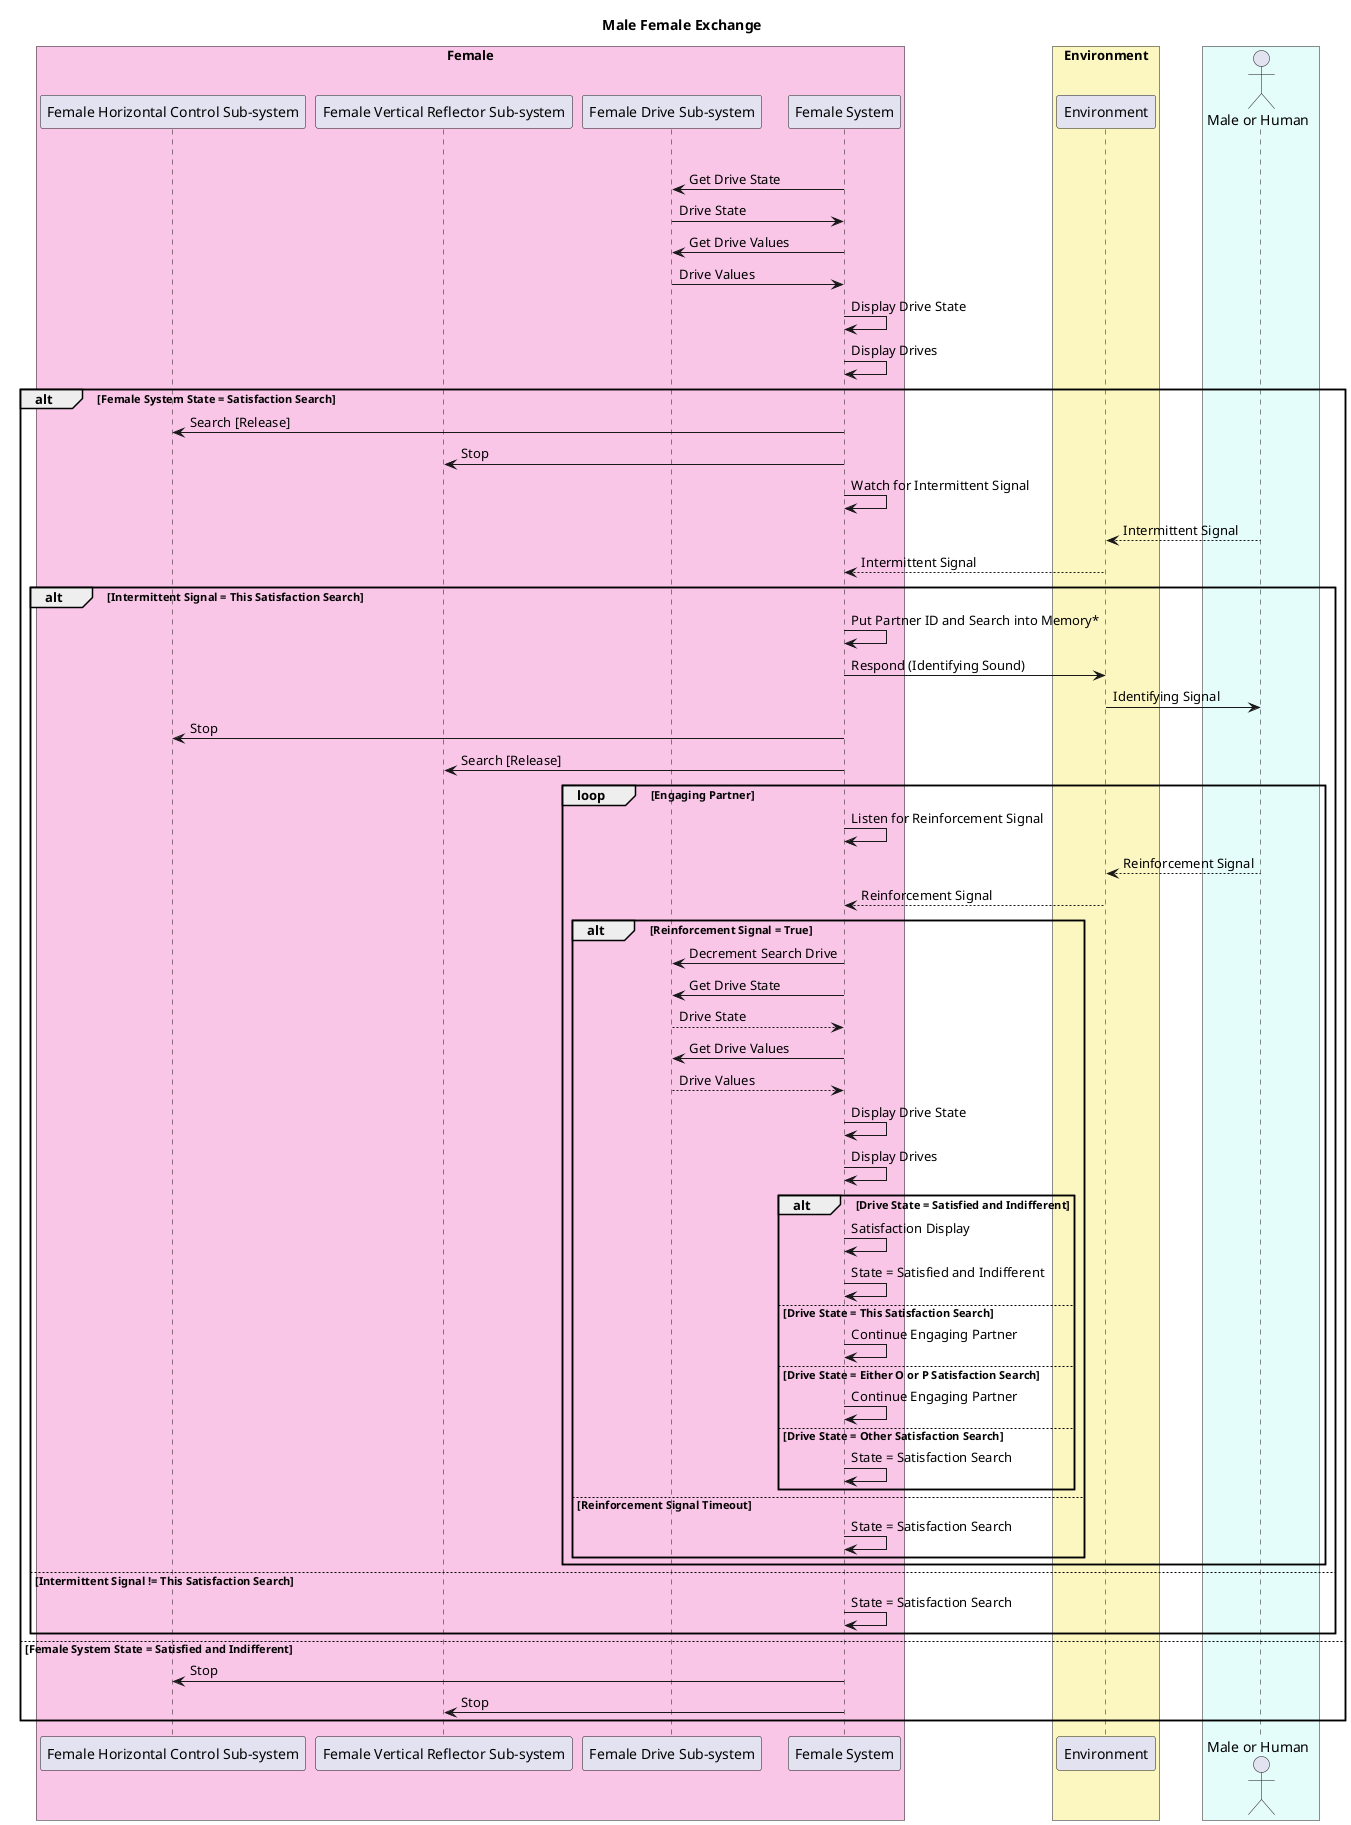
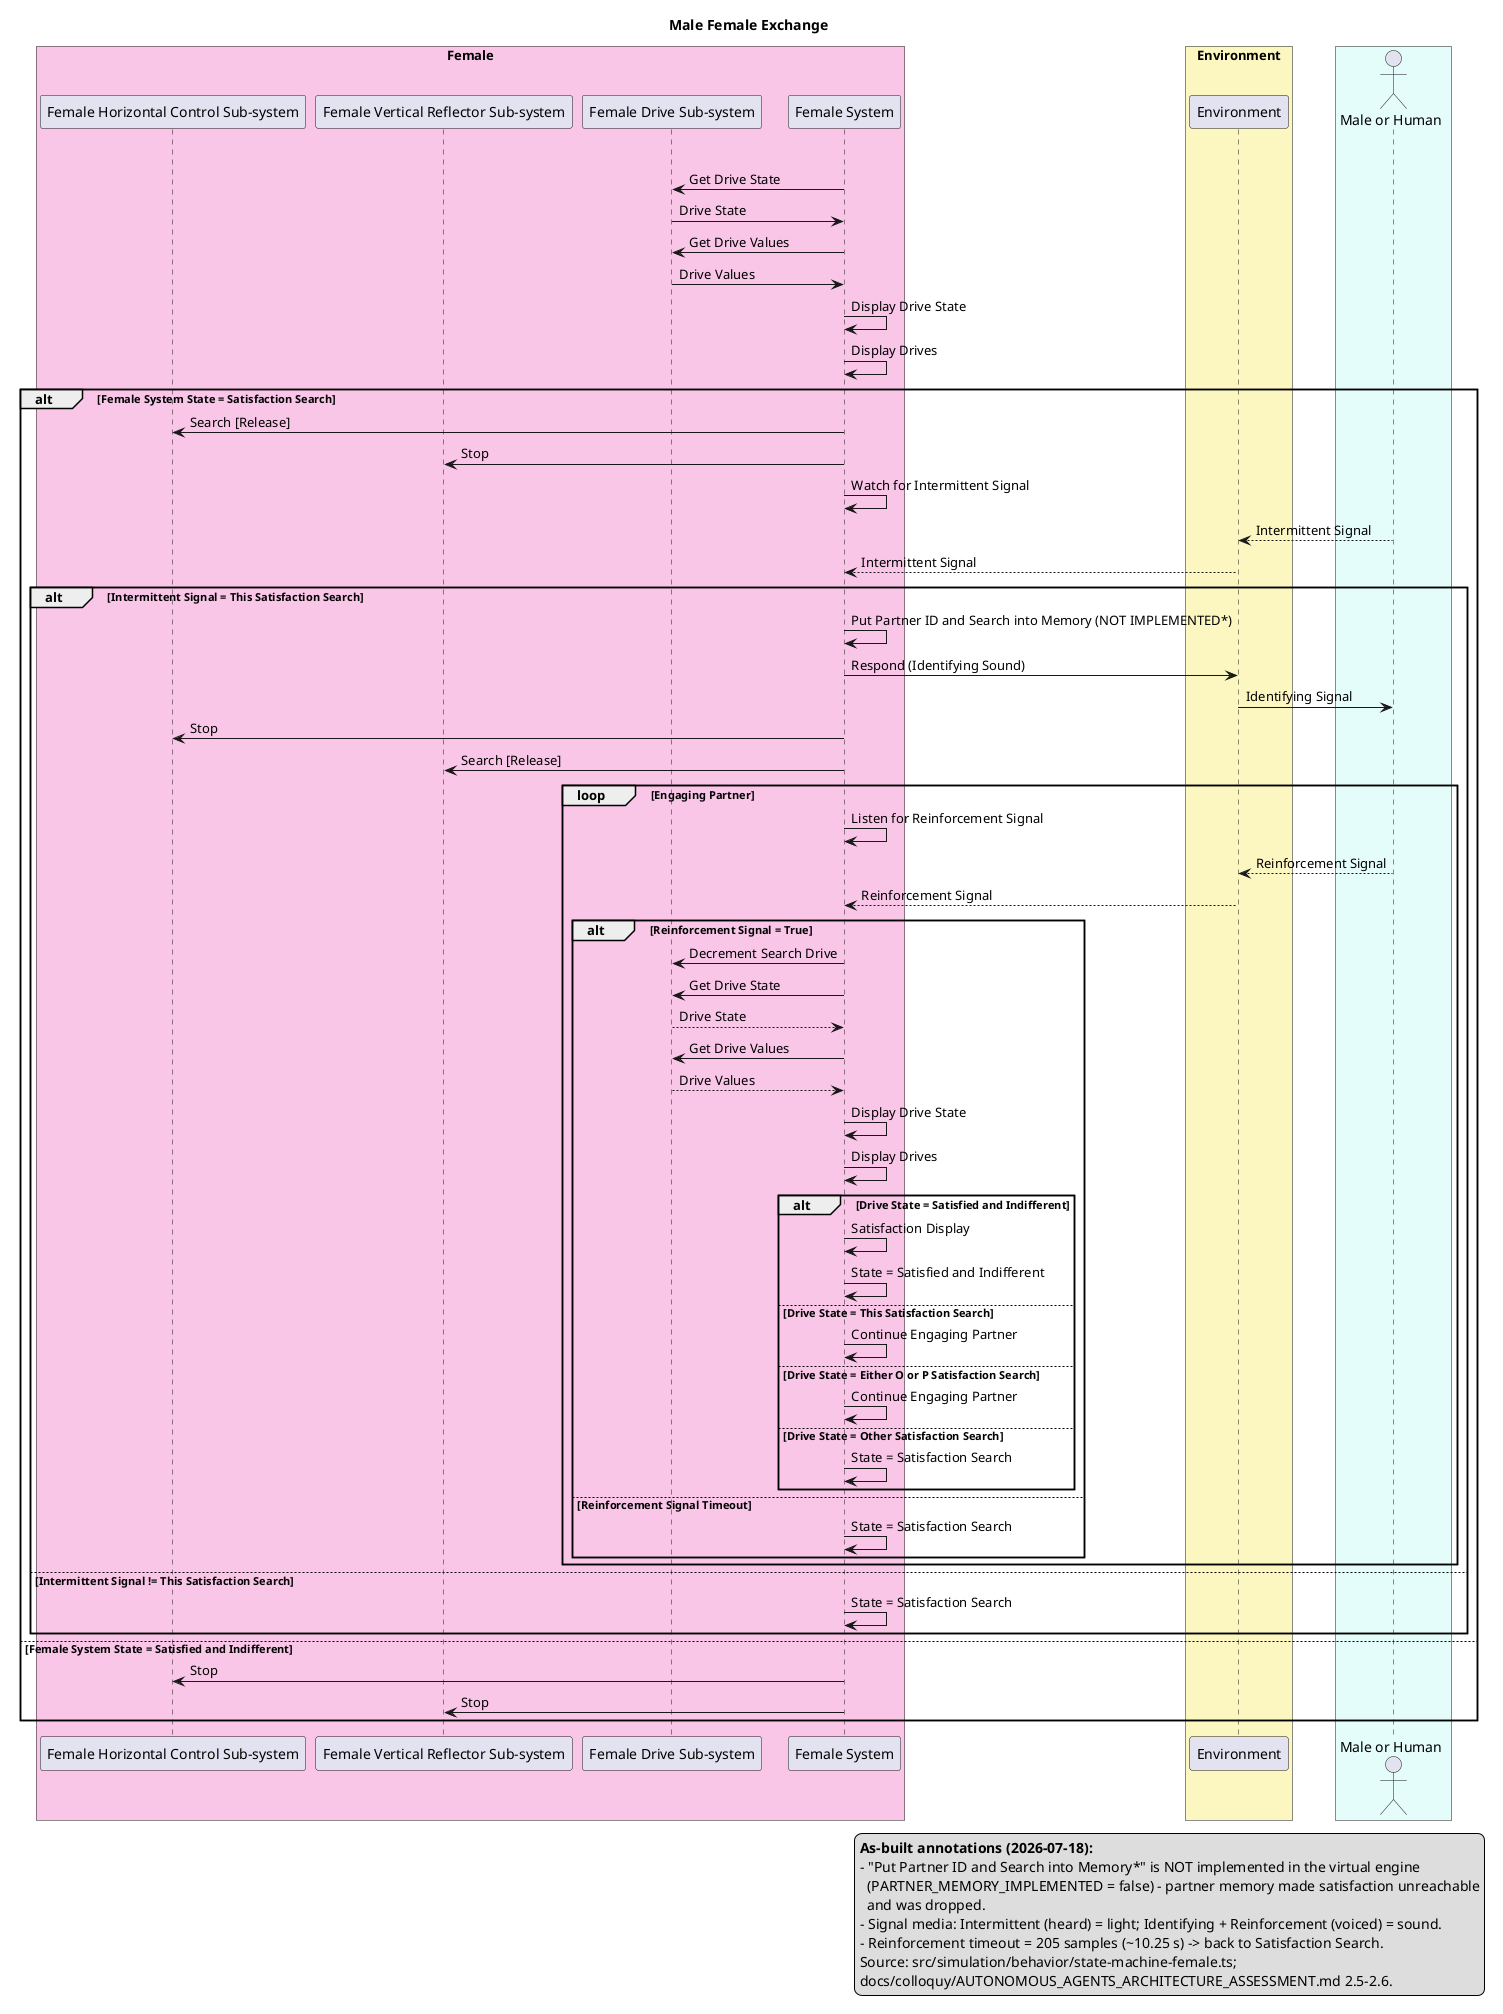
@startuml

title Male Female Exchange

box "Female" #f9c6e8
    participant "Female Horizontal Control Sub-system" as FemaleHorizontalControlSubsystem
    participant "Female Vertical Reflector Sub-system" as FemaleVerticalReflectorSubsystem
    participant "Female Drive Sub-system" as FemaleDriveSubsystem
    participant "Female System" as FemaleSystem
end box

box "Environment" #fcf6c1
    participant "Environment" as Environment
end box

box #e4fcfa
    Actor "Male or Human" as Actor
end box

' Agent's behavior based on state managed by Female System
loop System Running

    FemaleSystem -> FemaleDriveSubsystem : Get Drive State
    FemaleDriveSubsystem -> FemaleSystem : Drive State
    FemaleSystem -> FemaleDriveSubsystem : Get Drive Values
    FemaleDriveSubsystem -> FemaleSystem : Drive Values

    FemaleSystem -> FemaleSystem : Display Drive State
    FemaleSystem -> FemaleSystem : Display Drives

    alt Female System State = Satisfaction Search
        FemaleSystem -> FemaleHorizontalControlSubsystem : Search [Release]
        FemaleSystem -> FemaleVerticalReflectorSubsystem : Stop
        FemaleSystem -> FemaleSystem : Watch for Intermittent Signal
        Actor --> Environment : Intermittent Signal
        Environment --> FemaleSystem : Intermittent Signal

        alt Intermittent Signal = This Satisfaction Search
-             FemaleSystem -> FemaleSystem : Put Partner ID and Search into Memory*
+             ' NOT IMPLEMENTED in the virtual engine (PARTNER_MEMORY_IMPLEMENTED = false) — see legend
+             FemaleSystem -> FemaleSystem : Put Partner ID and Search into Memory (NOT IMPLEMENTED*)
            FemaleSystem -> Environment : Respond (Identifying Sound)
            Environment -> Actor : Identifying Signal
            FemaleSystem -> FemaleHorizontalControlSubsystem : Stop
            FemaleSystem -> FemaleVerticalReflectorSubsystem : Search [Release]

            loop Engaging Partner
                FemaleSystem -> FemaleSystem : Listen for Reinforcement Signal
                Actor --> Environment : Reinforcement Signal
                Environment --> FemaleSystem : Reinforcement Signal

                alt Reinforcement Signal = True
                    FemaleSystem -> FemaleDriveSubsystem : Decrement Search Drive

                FemaleSystem -> FemaleDriveSubsystem : Get Drive State
                FemaleDriveSubsystem --> FemaleSystem : Drive State
                FemaleSystem -> FemaleDriveSubsystem : Get Drive Values
                FemaleDriveSubsystem --> FemaleSystem : Drive Values

                FemaleSystem -> FemaleSystem : Display Drive State
                FemaleSystem -> FemaleSystem : Display Drives

                alt Drive State = Satisfied and Indifferent
                    FemaleSystem -> FemaleSystem : Satisfaction Display
                    FemaleSystem -> FemaleSystem : State = Satisfied and Indifferent
                else Drive State = This Satisfaction Search
                    FemaleSystem -> FemaleSystem : Continue Engaging Partner
                else Drive State = Either O or P Satisfaction Search
                    FemaleSystem -> FemaleSystem : Continue Engaging Partner
                else Drive State = Other Satisfaction Search
                    FemaleSystem -> FemaleSystem : State = Satisfaction Search
                end
            else Reinforcement Signal Timeout
                FemaleSystem -> FemaleSystem : State = Satisfaction Search
            end
        end
    else Intermittent Signal != This Satisfaction Search
        FemaleSystem -> FemaleSystem : State = Satisfaction Search
    end
else Female System State = Satisfied and Indifferent
    FemaleSystem -> FemaleHorizontalControlSubsystem : Stop
    FemaleSystem -> FemaleVerticalReflectorSubsystem : Stop
end

+ legend right
+   <b>As-built annotations (2026-07-18):</b>
+   - "Put Partner ID and Search into Memory*" is NOT implemented in the virtual engine
+     (PARTNER_MEMORY_IMPLEMENTED = false) - partner memory made satisfaction unreachable
+     and was dropped.
+   - Signal media: Intermittent (heard) = light; Identifying + Reinforcement (voiced) = sound.
+   - Reinforcement timeout = 205 samples (~10.25 s) -> back to Satisfaction Search.
+   Source: src/simulation/behavior/state-machine-female.ts;
+   docs/colloquy/AUTONOMOUS_AGENTS_ARCHITECTURE_ASSESSMENT.md 2.5-2.6.
+ endlegend
+ 
@enduml